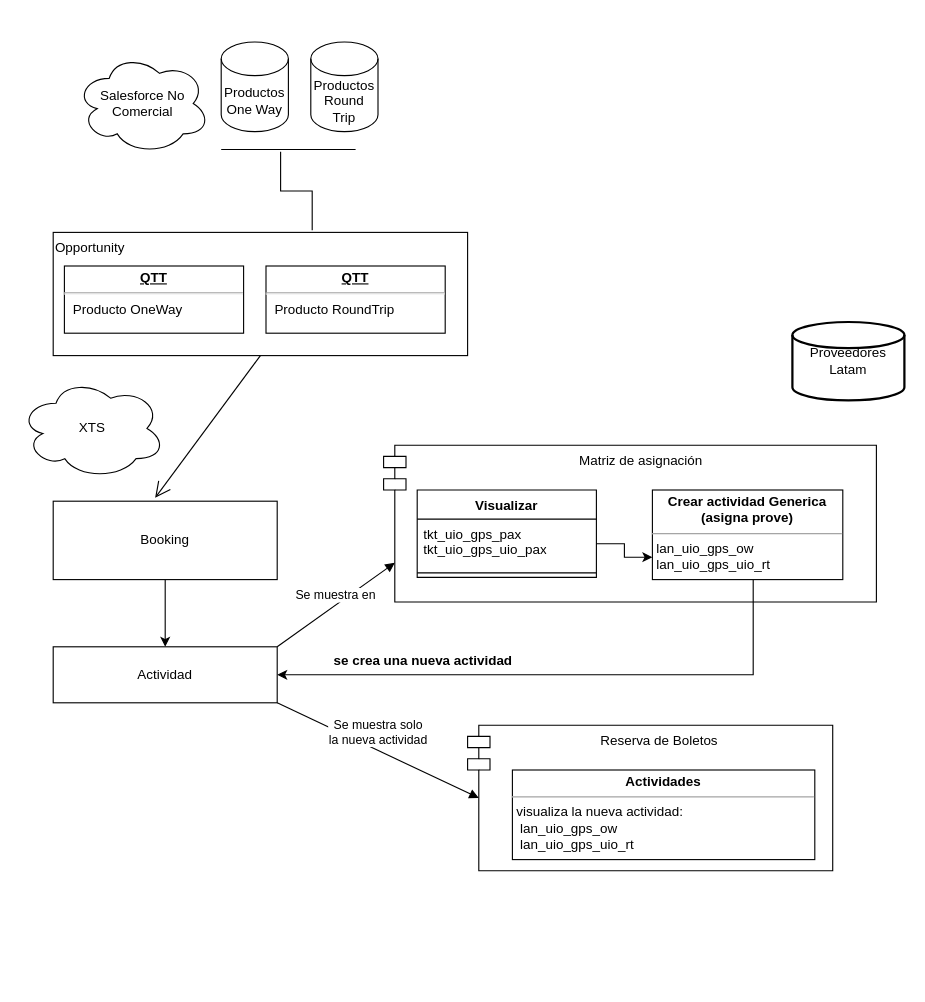
Earlier version of the draw.io diagram OneWay - RoundTrip.drawio (TecladoZurdo/UML). Source tidied: cells renumbered, new cells numbered last; positions are measured from the earlier drawing's top-left corner, leaving out a move shared by most shapes. Both pictures are drawn from the tidied source at 112%, with x=0, y=0 at pixel (19, 41).
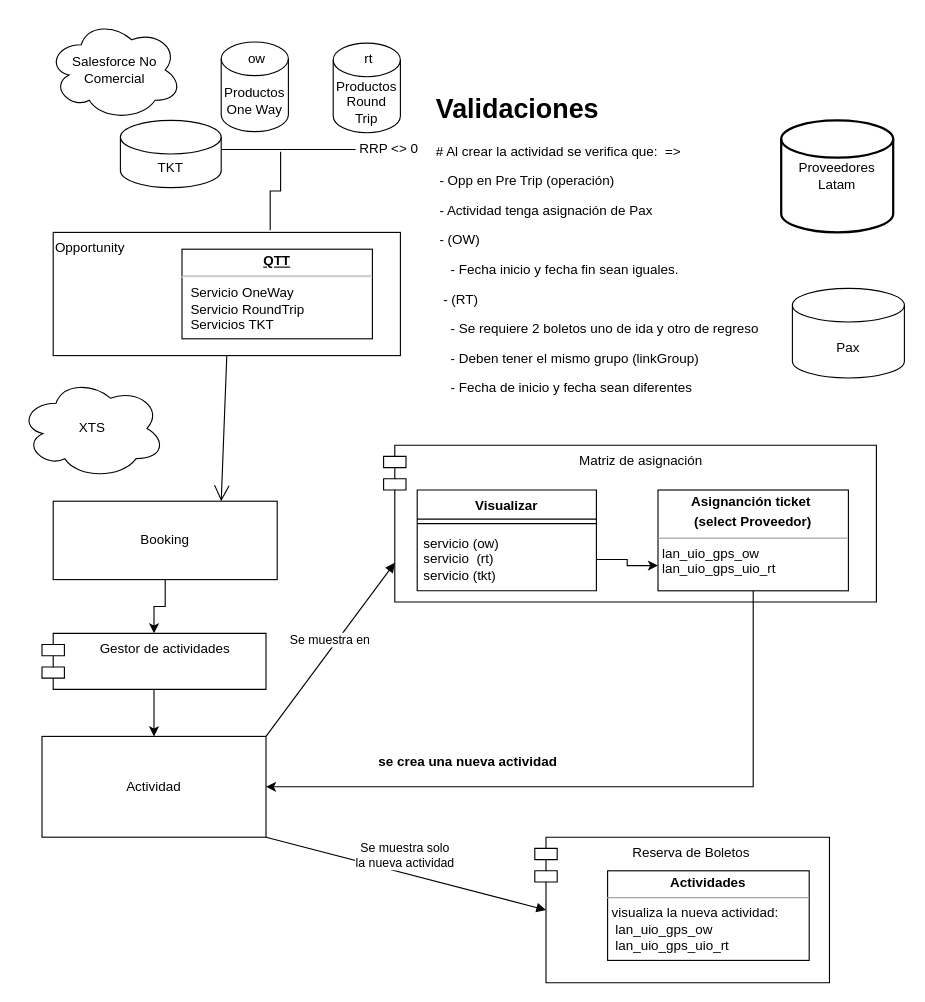
The same page after the edit.

The change refers to these unchanged cells:
```xml
<mxCell id="7" value="Booking" style="html=1;whiteSpace=wrap;" parent="1" vertex="1">
  <mxGeometry x="30" y="410" width="200" height="70" as="geometry" />
</mxCell>
```

Diff of the diagram source:
```diff
@@
     <mxCell id="3" value="Productos Round Trip" style="shape=cylinder3;whiteSpace=wrap;html=1;boundedLbl=1;backgroundOutline=1;size=15;" parent="1" vertex="1">
-      <mxGeometry x="260" width="60" height="80" as="geometry" />
+      <mxGeometry x="280" y="1" width="60" height="80" as="geometry" />
     </mxCell>
     <mxCell id="4" value="Opportunity" style="html=1;whiteSpace=wrap;verticalAlign=top;align=left;" parent="1" vertex="1">
-      <mxGeometry x="30" y="170" width="370" height="110" as="geometry" />
+      <mxGeometry x="30" y="170" width="310" height="110" as="geometry" />
     </mxCell>
-    <mxCell id="5" value="&lt;p style=&quot;margin:0px;margin-top:4px;text-align:center;text-decoration:underline;&quot;&gt;&lt;b&gt;QTT&lt;/b&gt;&lt;/p&gt;&lt;hr&gt;&lt;p style=&quot;margin:0px;margin-left:8px;&quot;&gt;Producto OneWay&lt;/p&gt;" style="verticalAlign=top;align=left;overflow=fill;fontSize=12;fontFamily=Helvetica;html=1;whiteSpace=wrap;" parent="1" vertex="1">
-      <mxGeometry x="40" y="200" width="160" height="60" as="geometry" />
+    <mxCell id="5" value="&lt;p style=&quot;margin:0px;margin-top:4px;text-align:center;text-decoration:underline;&quot;&gt;&lt;b&gt;QTT&lt;/b&gt;&lt;/p&gt;&lt;hr&gt;&lt;p style=&quot;margin:0px;margin-left:8px;&quot;&gt;Servicio OneWay&lt;/p&gt;&lt;p style=&quot;margin:0px;margin-left:8px;&quot;&gt;Servicio RoundTrip&lt;/p&gt;&lt;p style=&quot;margin:0px;margin-left:8px;&quot;&gt;Servicios TKT&lt;/p&gt;&lt;p style=&quot;margin:0px;margin-left:8px;&quot;&gt;&lt;br&gt;&lt;/p&gt;" style="verticalAlign=top;align=left;overflow=fill;fontSize=12;fontFamily=Helvetica;html=1;whiteSpace=wrap;" parent="1" vertex="1">
+      <mxGeometry x="145" y="185" width="170" height="80" as="geometry" />
     </mxCell>
-    <mxCell id="6" style="edgeStyle=orthogonalEdgeStyle;rounded=0;jettySize=auto;html=1;" parent="1" edge="1" source="7" target="17">
+    <mxCell id="6" style="edgeStyle=orthogonalEdgeStyle;rounded=0;jettySize=auto;html=1;" parent="1" edge="1" source="35" target="17">
       <mxGeometry relative="1" as="geometry" />
     </mxCell>
@@
-    <mxCell id="8" style="endArrow=open;endFill=1;endSize=12;html=1;rounded=0;exitX=0.5;exitY=1;exitDx=0;exitDy=0;entryX=0.455;entryY=-0.043;entryDx=0;entryDy=0;entryPerimeter=0;" parent="1" edge="1" source="4" target="7">
+    <mxCell id="8" style="endArrow=open;endFill=1;endSize=12;html=1;rounded=0;exitX=0.5;exitY=1;exitDx=0;exitDy=0;entryX=0.75;entryY=0;entryDx=0;entryDy=0;" parent="1" edge="1" source="4" target="7">
       <mxGeometry relative="1" as="geometry" />
     </mxCell>
@@
     <mxCell id="10" value="Reserva de Boletos&amp;nbsp;" style="shape=module;align=left;spacingLeft=20;align=center;verticalAlign=top;whiteSpace=wrap;html=1;" parent="1" vertex="1">
-      <mxGeometry x="400" y="610" width="326" height="130" as="geometry" />
+      <mxGeometry x="460" y="710" width="263.1" height="130" as="geometry" />
     </mxCell>
@@
     <mxCell id="12" value="&lt;p style=&quot;margin:0px;margin-top:4px;text-align:center;&quot;&gt;&lt;b&gt;Actividades&lt;/b&gt;&lt;/p&gt;&lt;hr size=&quot;1&quot;&gt;&lt;p style=&quot;margin:0px;margin-left:4px;&quot;&gt;&lt;/p&gt;&lt;p style=&quot;margin:0px;margin-left:4px;&quot;&gt;visualiza la nueva actividad:&lt;/p&gt;&lt;p style=&quot;margin:0px;margin-left:4px;&quot;&gt;&amp;nbsp;lan_uio_gps_ow&amp;nbsp;&lt;/p&gt;&lt;p style=&quot;margin:0px;margin-left:4px;&quot;&gt;&amp;nbsp;lan_uio_gps_uio_rt&lt;/p&gt;" style="verticalAlign=top;align=left;overflow=fill;fontSize=12;fontFamily=Helvetica;html=1;whiteSpace=wrap;" parent="1" vertex="1">
-      <mxGeometry x="440" y="650" width="270" height="80" as="geometry" />
+      <mxGeometry x="525" y="740" width="180" height="80" as="geometry" />
     </mxCell>
-    <mxCell id="13" style="edgeStyle=orthogonalEdgeStyle;rounded=0;jettySize=auto;html=1;entryX=1;entryY=0.5;entryDx=0;entryDy=0;" parent="1" edge="1" source="14" target="17">
-      <mxGeometry relative="1" as="geometry">
-        <Array as="points">
-          <mxPoint x="655" y="565" />
-        </Array>
-      </mxGeometry>
+    <mxCell id="13" style="edgeStyle=orthogonalEdgeStyle;rounded=0;jettySize=auto;html=1;entryX=1;entryY=0.5;entryDx=0;entryDy=0;exitX=0.5;exitY=1;exitDx=0;exitDy=0;" parent="1" edge="1" source="14" target="17">
+      <mxGeometry relative="1" as="geometry" />
     </mxCell>
-    <mxCell id="14" value="&lt;p style=&quot;margin:0px;margin-top:4px;text-align:center;&quot;&gt;&lt;b&gt;Crear actividad Generica (asigna prove)&lt;/b&gt;&lt;/p&gt;&lt;hr size=&quot;1&quot;&gt;&lt;p style=&quot;margin:0px;margin-left:4px;&quot;&gt;&lt;/p&gt;&lt;p style=&quot;margin:0px;margin-left:4px;&quot;&gt;lan_uio_gps_ow&lt;/p&gt;&lt;p style=&quot;margin:0px;margin-left:4px;&quot;&gt;&lt;span style=&quot;background-color: initial;&quot;&gt;lan_uio_gps_uio_rt&lt;/span&gt;&lt;/p&gt;&lt;p style=&quot;margin:0px;margin-left:4px;&quot;&gt;&amp;nbsp;&lt;/p&gt;" style="verticalAlign=top;align=left;overflow=fill;fontSize=12;fontFamily=Helvetica;html=1;whiteSpace=wrap;" parent="1" vertex="1">
-      <mxGeometry x="565" y="400" width="170" height="80" as="geometry" />
+    <mxCell id="14" value="&lt;p style=&quot;margin:0px;margin-top:4px;text-align:center;&quot;&gt;&lt;b&gt;Asignanción ticket&amp;nbsp;&lt;/b&gt;&lt;/p&gt;&lt;p style=&quot;margin:0px;margin-top:4px;text-align:center;&quot;&gt;&lt;b&gt;(select Proveedor)&lt;/b&gt;&lt;/p&gt;&lt;hr size=&quot;1&quot;&gt;&lt;p style=&quot;margin:0px;margin-left:4px;&quot;&gt;&lt;/p&gt;&lt;p style=&quot;margin:0px;margin-left:4px;&quot;&gt;lan_uio_gps_ow&lt;/p&gt;&lt;p style=&quot;margin:0px;margin-left:4px;&quot;&gt;&lt;span style=&quot;background-color: initial;&quot;&gt;lan_uio_gps_uio_rt&lt;/span&gt;&lt;/p&gt;&lt;p style=&quot;margin:0px;margin-left:4px;&quot;&gt;&amp;nbsp;&lt;/p&gt;" style="verticalAlign=top;align=left;overflow=fill;fontSize=12;fontFamily=Helvetica;html=1;whiteSpace=wrap;" parent="1" vertex="1">
+      <mxGeometry x="570" y="400" width="170" height="90" as="geometry" />
     </mxCell>
@@
     <mxCell id="17" value="Actividad" style="html=1;whiteSpace=wrap;" parent="1" vertex="1">
-      <mxGeometry x="30" y="540" width="200" height="50" as="geometry" />
+      <mxGeometry x="20" y="620" width="200" height="90" as="geometry" />
     </mxCell>
     <mxCell id="18" value="Proveedores&lt;br&gt;Latam" style="strokeWidth=2;html=1;shape=mxgraph.flowchart.database;whiteSpace=wrap;" parent="1" vertex="1">
-      <mxGeometry x="690" y="250" width="100" height="70" as="geometry" />
+      <mxGeometry x="680" y="70" width="100" height="100" as="geometry" />
     </mxCell>
-    <mxCell id="19" value="&lt;p style=&quot;margin:0px;margin-top:4px;text-align:center;text-decoration:underline;&quot;&gt;&lt;b&gt;QTT&lt;/b&gt;&lt;/p&gt;&lt;hr&gt;&lt;p style=&quot;margin:0px;margin-left:8px;&quot;&gt;Producto RoundTrip&lt;/p&gt;" style="verticalAlign=top;align=left;overflow=fill;fontSize=12;fontFamily=Helvetica;html=1;whiteSpace=wrap;" parent="1" vertex="1">
-      <mxGeometry x="220" y="200" width="160" height="60" as="geometry" />
-    </mxCell>
     <mxCell id="20" value="Visualizar" style="swimlane;fontStyle=1;align=center;verticalAlign=top;horizontal=1;startSize=26;whiteSpace=wrap;html=1;" parent="1" vertex="1">
-      <mxGeometry x="355" y="400" width="160" height="78" as="geometry" />
+      <mxGeometry x="355" y="400" width="160" height="90" as="geometry" />
     </mxCell>
+    <mxCell id="22" style="line;strokeWidth=1;fillColor=none;align=left;verticalAlign=middle;spacingTop=-1;spacingLeft=3;spacingRight=3;labelPosition=right;strokeColor=inherit;" parent="20" vertex="1">
+      <mxGeometry y="26" width="160" height="8" as="geometry" />
+    </mxCell>
-    <mxCell id="21" value="tkt_uio_gps_pax&amp;nbsp;&lt;br&gt;tkt_uio_gps_uio_pax" style="text;strokeColor=none;fillColor=none;align=left;verticalAlign=top;spacingLeft=4;spacingRight=4;overflow=hidden;points=[[0,0.5],[1,0.5]];portConstraint=eastwest;whiteSpace=wrap;html=1;" parent="20" vertex="1">
-      <mxGeometry y="26" width="160" height="44" as="geometry" />
+    <mxCell id="21" value="servicio (ow)&lt;br&gt;servicio&amp;nbsp; (rt)&lt;br&gt;servicio (tkt)" style="text;strokeColor=none;fillColor=none;align=left;verticalAlign=top;spacingLeft=4;spacingRight=4;overflow=hidden;points=[[0,0.5],[1,0.5]];portConstraint=eastwest;whiteSpace=wrap;html=1;" parent="20" vertex="1">
+      <mxGeometry y="34" width="160" height="56" as="geometry" />
     </mxCell>
-    <mxCell id="22" style="line;strokeWidth=1;fillColor=none;align=left;verticalAlign=middle;spacingTop=-1;spacingLeft=3;spacingRight=3;labelPosition=right;strokeColor=inherit;" parent="20" vertex="1">
-      <mxGeometry y="70" width="160" height="8" as="geometry" />
-    </mxCell>
@@
     <mxCell id="24" value="se crea una nueva actividad" style="text;align=center;fontStyle=1;verticalAlign=middle;spacingLeft=3;spacingRight=3;strokeColor=none;html=1;" parent="1" vertex="1">
-      <mxGeometry x="320" y="540" width="80" height="26" as="geometry" />
+      <mxGeometry x="360" y="630" width="80" height="26" as="geometry" />
     </mxCell>
     <mxCell id="25" value="Salesforce No Comercial" style="ellipse;shape=cloud;whiteSpace=wrap;html=1;align=center;" parent="1" vertex="1">
-      <mxGeometry x="50" y="10" width="120" height="90" as="geometry" />
+      <mxGeometry x="25" y="-20" width="120" height="90" as="geometry" />
     </mxCell>
@@
+    <mxCell id="28" value="RRP &amp;lt;&amp;gt; 0" style="text;html=1;strokeColor=none;fillColor=none;align=center;verticalAlign=middle;whiteSpace=wrap;rounded=0;" parent="1" vertex="1">
+      <mxGeometry x="300" y="81" width="60" height="30" as="geometry" />
+    </mxCell>
+    <mxCell id="29" value="&lt;p style=&quot;text-align: left; margin: 0px 0px 0px 4px;&quot;&gt;ow&lt;/p&gt;" style="text;html=1;strokeColor=none;fillColor=none;align=center;verticalAlign=middle;whiteSpace=wrap;rounded=0;" parent="1" vertex="1">
+      <mxGeometry x="145" width="130" height="30" as="geometry" />
+    </mxCell>
+    <mxCell id="30" value="Pax" style="shape=cylinder3;whiteSpace=wrap;html=1;boundedLbl=1;backgroundOutline=1;size=15;" parent="1" vertex="1">
+      <mxGeometry x="690" y="220" width="100" height="80" as="geometry" />
+    </mxCell>
+    <mxCell id="31" value="&lt;h1&gt;Validaciones&lt;/h1&gt;&lt;div&gt;# Al crear la actividad se verifica que:&amp;nbsp; =&amp;gt;&lt;/div&gt;&lt;p&gt;&amp;nbsp;- Opp en Pre Trip (operación)&lt;/p&gt;&lt;p&gt;&amp;nbsp;- Actividad tenga asignación de Pax&lt;/p&gt;&lt;p&gt;&amp;nbsp;- (OW)&lt;/p&gt;&lt;p&gt;&amp;nbsp; &amp;nbsp; - Fecha inicio y fecha fin sean iguales.&lt;/p&gt;&lt;p&gt;&amp;nbsp; - (RT)&lt;/p&gt;&lt;p&gt;&amp;nbsp; &amp;nbsp; - Se requiere 2 boletos uno de ida y otro de regreso&lt;/p&gt;&lt;p&gt;&amp;nbsp; &amp;nbsp; - Deben tener el mismo grupo (linkGroup)&lt;/p&gt;&lt;p&gt;&amp;nbsp; &amp;nbsp; - Fecha de inicio y fecha sean diferentes&lt;/p&gt;" style="text;html=1;strokeColor=none;fillColor=none;spacing=5;spacingTop=-20;whiteSpace=wrap;overflow=hidden;rounded=0;" parent="1" vertex="1">
+      <mxGeometry x="366.9" y="40" width="403.1" height="305" as="geometry" />
+    </mxCell>
+    <mxCell id="32" value="&lt;p style=&quot;text-align: left; margin: 0px 0px 0px 4px;&quot;&gt;rt&lt;/p&gt;" style="text;html=1;strokeColor=none;fillColor=none;align=center;verticalAlign=middle;whiteSpace=wrap;rounded=0;" parent="1" vertex="1">
+      <mxGeometry x="245" width="130" height="30" as="geometry" />
+    </mxCell>
+    <mxCell id="33" value="TKT" style="shape=cylinder3;whiteSpace=wrap;html=1;boundedLbl=1;backgroundOutline=1;size=15;" parent="1" vertex="1">
+      <mxGeometry x="90" y="70" width="90" height="60" as="geometry" />
+    </mxCell>
+    <mxCell id="34" style="edgeStyle=orthogonalEdgeStyle;rounded=0;jettySize=auto;html=1;" parent="1" edge="1" source="7" target="35">
+      <mxGeometry relative="1" as="geometry" />
+    </mxCell>
+    <mxCell id="35" value="Gestor de actividades" style="shape=module;align=left;spacingLeft=20;align=center;verticalAlign=top;whiteSpace=wrap;html=1;" parent="1" vertex="1">
+      <mxGeometry x="20" y="528" width="200" height="50" as="geometry" />
+    </mxCell>
```
